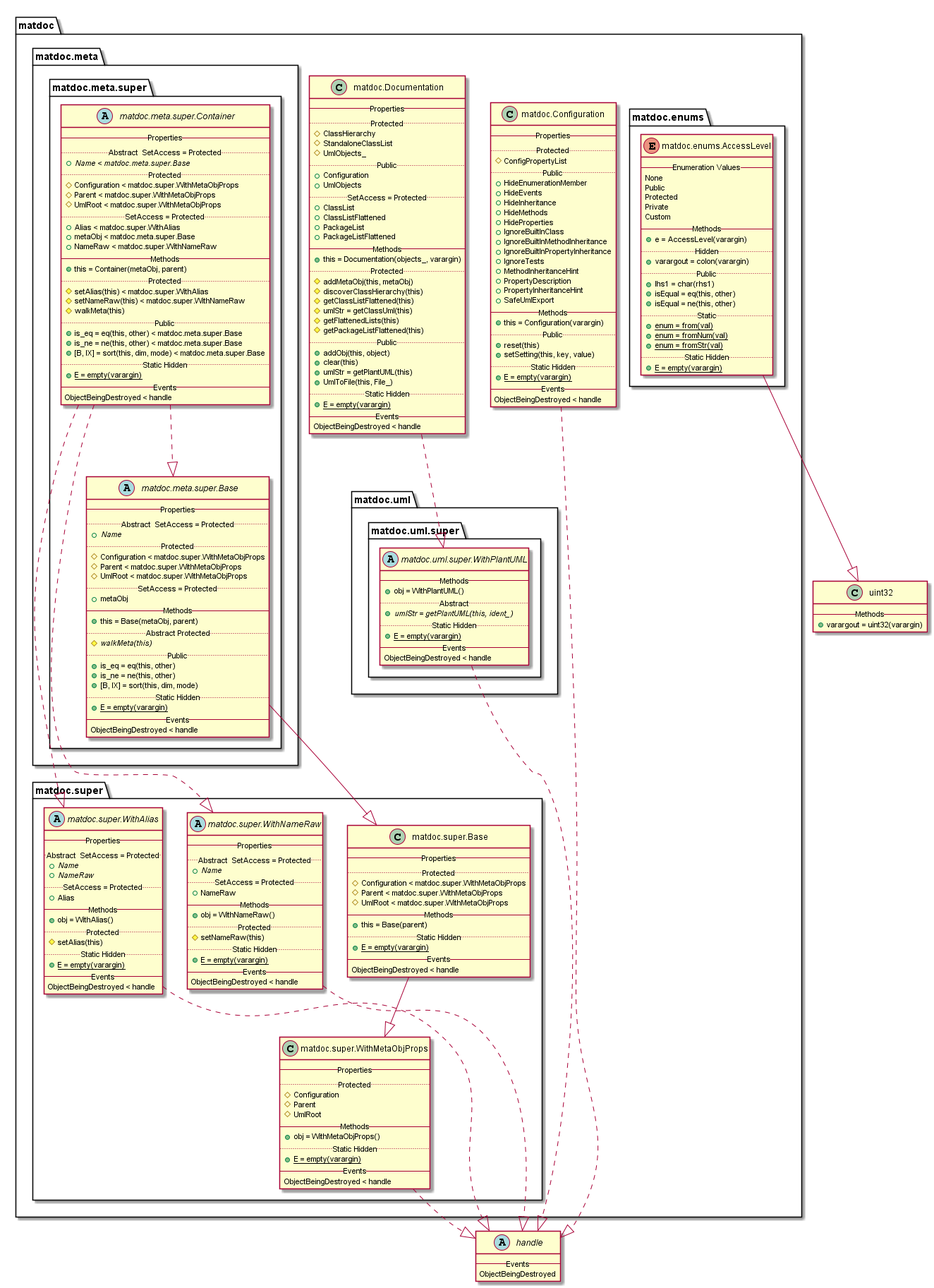
Earlier version of the PlantUML export doc/uml-examples/uml-diagram.png (flxdot/matdoc).
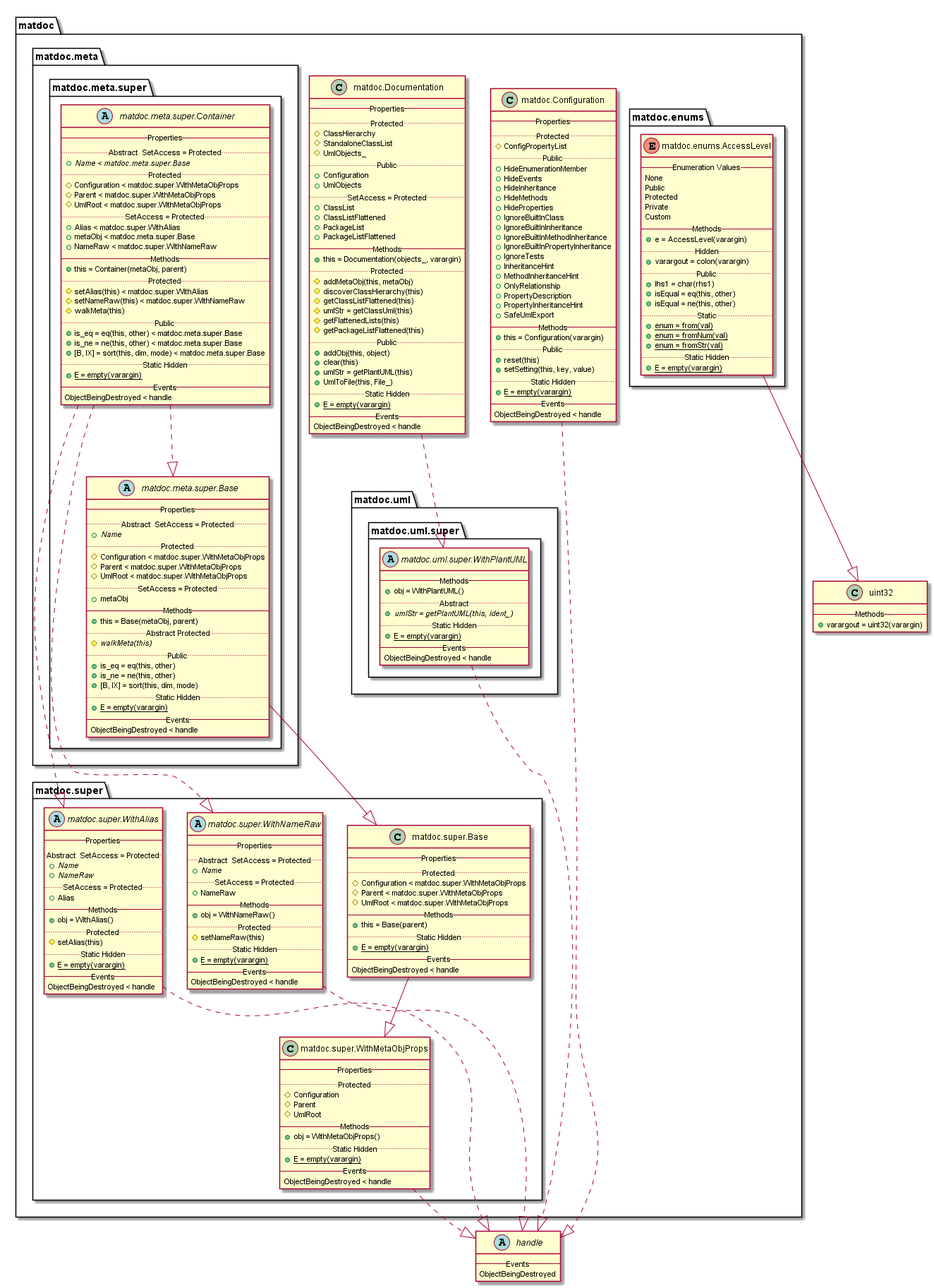
The same file after the commit.

Diff of the diagram source:
```diff
@@ -25,10 +25,13 @@
       {field} + HideMethods
       {field} + HideProperties
       {field} + IgnoreBuiltInClass
+      {field} + IgnoreBuiltInInheritance
       {field} + IgnoreBuiltInMethodInheritance
       {field} + IgnoreBuiltInPropertyInheritance
       {field} + IgnoreTests
+      {field} + InheritanceHint
       {field} + MethodInheritanceHint
+      {field} + OnlyRelationship
       {field} + PropertyDescription
       {field} + PropertyInheritanceHint
       {field} + SafeUmlExport
```
